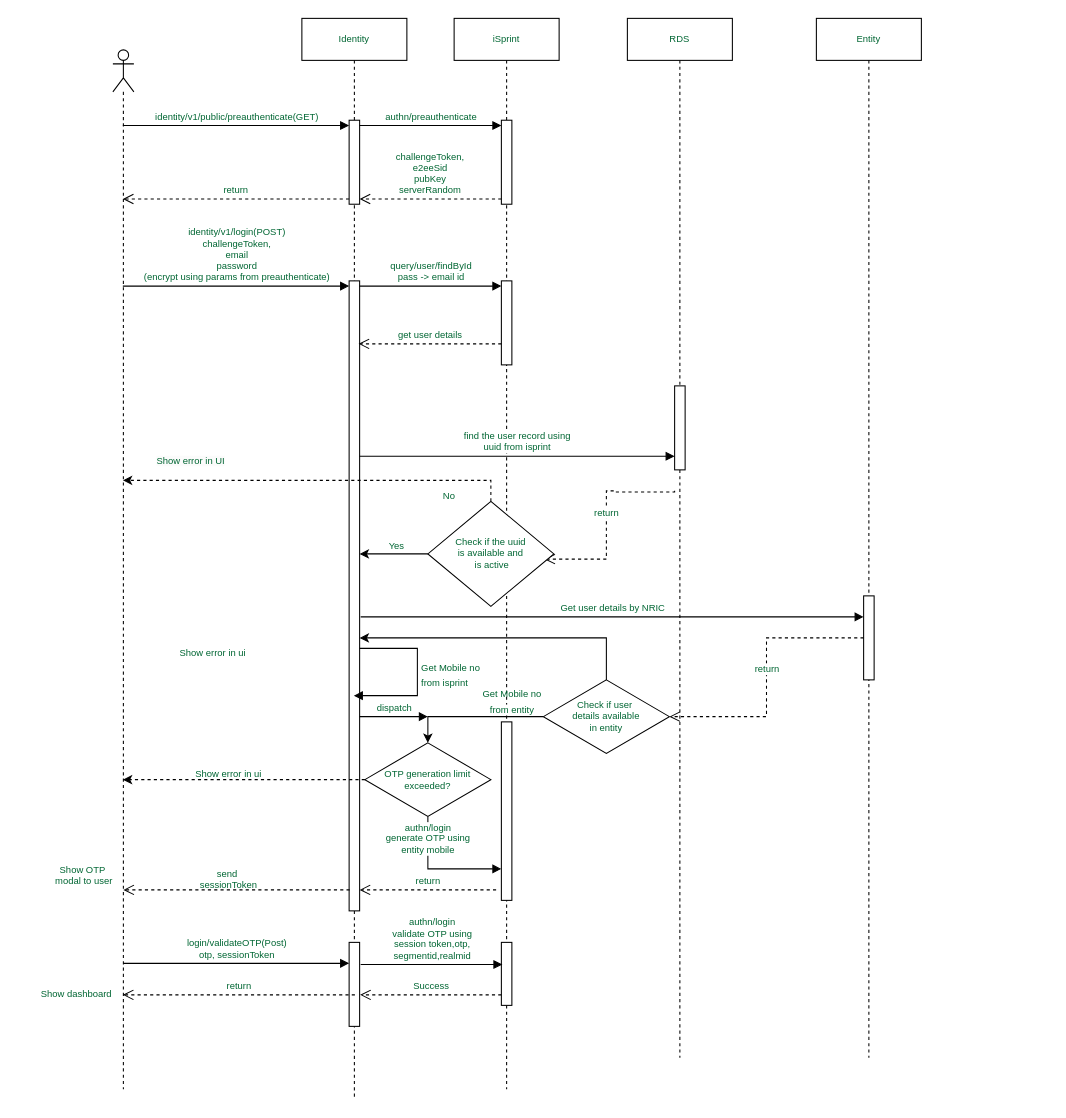
Above: singpass-login-flow.drawio in ajeeshraj56/drawio (draw.io), before the change. Source tidied: cells renumbered, new cells numbered last; positions are measured from the earlier drawing's top-left corner, leaving out a move shared by most shapes. Both pictures are drawn from the tidied source at 105%, with x=0, y=0 at pixel (28, 18).
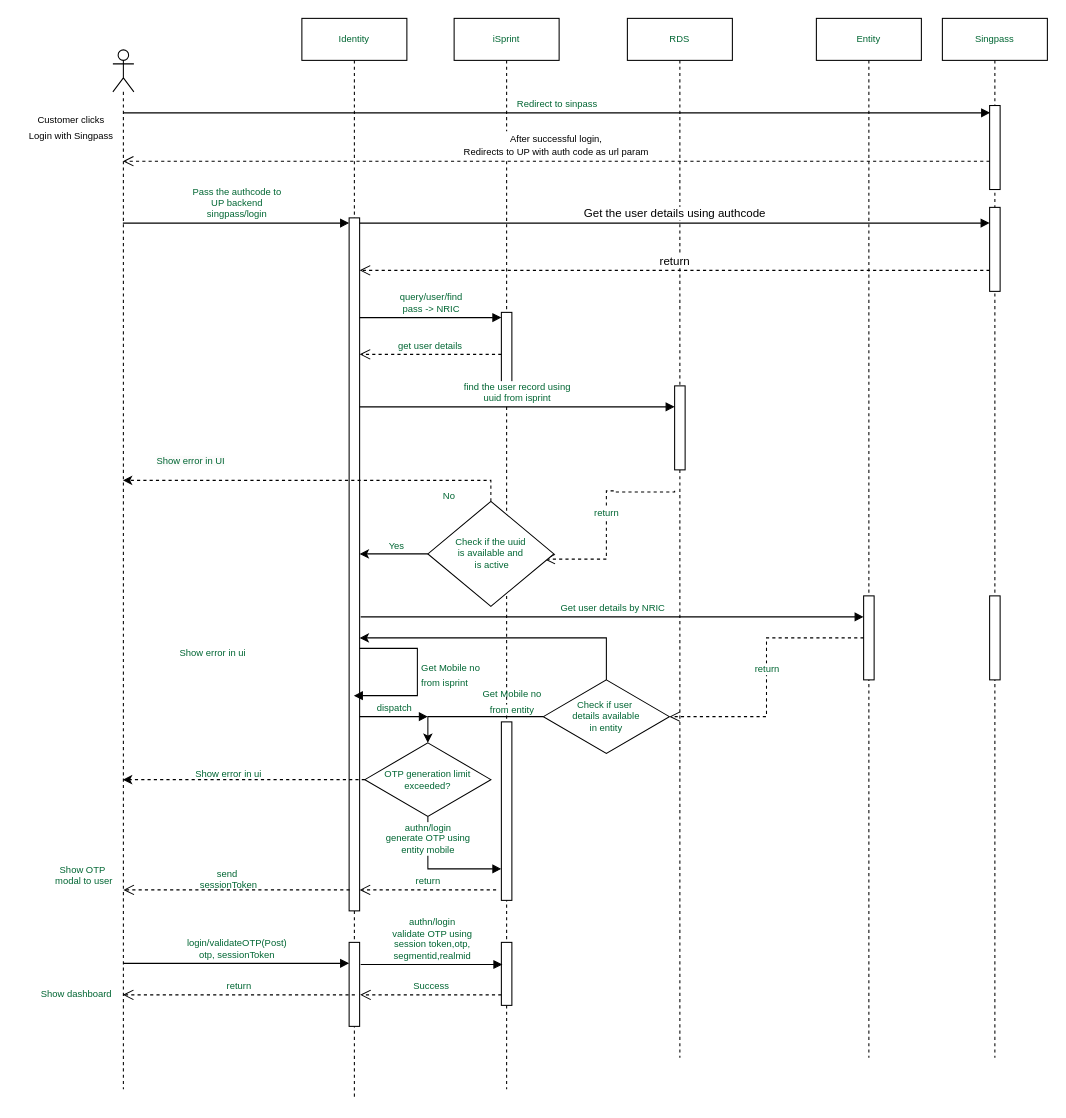
The same diagram, later.

The change refers to these unchanged cells:
```xml
<mxCell id="2" style="shape=umlLifeline;perimeter=lifelinePerimeter;whiteSpace=wrap;html=1;outlineConnect=0;portConstraint=eastwest;newEdgeStyle={&quot;curved&quot;:0,&quot;rounded&quot;:0};participant=umlActor;fontColor=#006633;fontSize=9;" parent="1" vertex="1">
  <mxGeometry x="80" y="30" width="20" height="990" as="geometry" />
</mxCell>
<mxCell id="3" value="Identity" style="shape=umlLifeline;perimeter=lifelinePerimeter;whiteSpace=wrap;html=1;outlineConnect=0;portConstraint=eastwest;newEdgeStyle={&quot;curved&quot;:0,&quot;rounded&quot;:0};fontColor=#006633;fontSize=9;" parent="1" vertex="1">
  <mxGeometry x="260" width="100" height="1030" as="geometry" />
</mxCell>
<mxCell id="8" value="iSprint" style="shape=umlLifeline;perimeter=lifelinePerimeter;whiteSpace=wrap;html=1;newEdgeStyle={&quot;curved&quot;:0,&quot;rounded&quot;:0};fontColor=#006633;fontSize=9;" parent="1" vertex="1">
  <mxGeometry x="405" width="100" height="1020" as="geometry" />
</mxCell>
```

What changed in the source:
```diff
@@
-    <mxCell id="4" style="html=1;points=[[0,0,0,0,5],[0,1,0,0,-5],[1,0,0,0,5],[1,1,0,0,-5]];perimeter=orthogonalPerimeter;outlineConnect=0;targetShapes=umlLifeline;portConstraint=eastwest;newEdgeStyle={&quot;curved&quot;:0,&quot;rounded&quot;:0};fontColor=#006633;fontSize=9;" parent="3" vertex="1">
-      <mxGeometry x="45" y="97" width="10" height="80" as="geometry" />
-    </mxCell>
     <mxCell id="5" style="html=1;points=[[0,0,0,0,5],[0,1,0,0,-5],[1,0,0,0,5],[1,1,0,0,-5]];perimeter=orthogonalPerimeter;outlineConnect=0;targetShapes=umlLifeline;portConstraint=eastwest;newEdgeStyle={&quot;curved&quot;:0,&quot;rounded&quot;:0};fontColor=#006633;fontSize=9;" parent="3" vertex="1">
-      <mxGeometry x="45" y="250" width="10" height="600" as="geometry" />
+      <mxGeometry x="45" y="190" width="10" height="660" as="geometry" />
     </mxCell>
@@
-    <mxCell id="9" style="html=1;points=[[0,0,0,0,5],[0,1,0,0,-5],[1,0,0,0,5],[1,1,0,0,-5]];perimeter=orthogonalPerimeter;outlineConnect=0;targetShapes=umlLifeline;portConstraint=eastwest;newEdgeStyle={&quot;curved&quot;:0,&quot;rounded&quot;:0};fontColor=#006633;fontSize=9;" parent="8" vertex="1">
-      <mxGeometry x="45" y="97" width="10" height="80" as="geometry" />
-    </mxCell>
     <mxCell id="10" style="html=1;points=[[0,0,0,0,5],[0,1,0,0,-5],[1,0,0,0,5],[1,1,0,0,-5]];perimeter=orthogonalPerimeter;outlineConnect=0;targetShapes=umlLifeline;portConstraint=eastwest;newEdgeStyle={&quot;curved&quot;:0,&quot;rounded&quot;:0};fontColor=#006633;fontSize=9;" parent="8" vertex="1">
-      <mxGeometry x="45" y="250" width="10" height="80" as="geometry" />
+      <mxGeometry x="45" y="280" width="10" height="80" as="geometry" />
     </mxCell>
@@
-    <mxCell id="17" value="&lt;font style=&quot;font-size: 9px;&quot;&gt;identity/v1/public/preauthenticate(GET)&lt;/font&gt;" style="html=1;verticalAlign=bottom;endArrow=block;curved=0;rounded=0;entryX=0;entryY=0;entryDx=0;entryDy=5;fontColor=#006633;fontSize=9;" parent="1" edge="1" source="2" target="4">
-      <mxGeometry relative="1" as="geometry" />
+    <mxCell id="17" value="Redirect to sinpass" style="html=1;verticalAlign=bottom;endArrow=block;curved=0;rounded=0;fontColor=#006633;fontSize=9;" parent="1" edge="1">
+      <mxGeometry relative="1" as="geometry">
+        <mxPoint x="90" y="90" as="sourcePoint" />
+        <mxPoint x="915.5" y="90" as="targetPoint" />
+      </mxGeometry>
     </mxCell>
-    <mxCell id="18" value="return" style="html=1;verticalAlign=bottom;endArrow=open;dashed=1;endSize=8;curved=0;rounded=0;exitX=0;exitY=1;exitDx=0;exitDy=-5;fontColor=#006633;fontSize=9;" parent="1" edge="1" source="4" target="2">
-      <mxGeometry relative="1" as="geometry" />
-    </mxCell>
-    <mxCell id="19" value="&lt;font style=&quot;font-size: 9px;&quot;&gt;authn/preauthenticate&lt;/font&gt;" style="html=1;verticalAlign=bottom;endArrow=block;curved=0;rounded=0;entryX=0;entryY=0;entryDx=0;entryDy=5;fontColor=#006633;fontSize=9;" parent="1" edge="1" source="4" target="9">
-      <mxGeometry relative="1" as="geometry" />
-    </mxCell>
-    <mxCell id="20" value="&lt;font style=&quot;font-size: 9px;&quot;&gt;challengeToken,&lt;br style=&quot;font-size: 9px;&quot;&gt;e2eeSid&lt;br style=&quot;font-size: 9px;&quot;&gt;pubKey&lt;br style=&quot;font-size: 9px;&quot;&gt;serverRandom&lt;/font&gt;" style="html=1;verticalAlign=bottom;endArrow=open;dashed=1;endSize=8;curved=0;rounded=0;exitX=0;exitY=1;exitDx=0;exitDy=-5;entryX=1;entryY=1;entryDx=0;entryDy=-5;entryPerimeter=0;fontColor=#006633;fontSize=9;" parent="1" edge="1" source="9" target="4">
-      <mxGeometry relative="1" as="geometry" />
-    </mxCell>
-    <mxCell id="21" value="&lt;font style=&quot;font-size: 9px;&quot;&gt;identity/v1/login(POST)&lt;br style=&quot;font-size: 9px;&quot;&gt;challengeToken,&lt;br style=&quot;font-size: 9px;&quot;&gt;email&lt;br style=&quot;font-size: 9px;&quot;&gt;password &lt;br style=&quot;font-size: 9px;&quot;&gt;(encrypt using params from preauthenticate)&lt;/font&gt;" style="html=1;verticalAlign=bottom;endArrow=block;curved=0;rounded=0;entryX=0;entryY=0;entryDx=0;entryDy=5;fontColor=#006633;fontSize=9;" parent="1" edge="1" source="2" target="5">
+    <mxCell id="21" value="Pass the authcode to &lt;br&gt;UP backend&lt;br&gt;singpass/login" style="html=1;verticalAlign=bottom;endArrow=block;curved=0;rounded=0;entryX=0;entryY=0;entryDx=0;entryDy=5;fontColor=#006633;fontSize=9;" parent="1" edge="1" source="2" target="5">
       <mxGeometry relative="1" as="geometry" />
     </mxCell>
-    <mxCell id="22" value="&lt;font style=&quot;font-size: 9px;&quot;&gt;query/user/findById&lt;br style=&quot;font-size: 9px;&quot;&gt;pass -&amp;gt; email id&lt;br style=&quot;font-size: 9px;&quot;&gt;&lt;/font&gt;" style="html=1;verticalAlign=bottom;endArrow=block;curved=0;rounded=0;exitX=1;exitY=0;exitDx=0;exitDy=5;exitPerimeter=0;entryX=0;entryY=0;entryDx=0;entryDy=5;entryPerimeter=0;fontColor=#006633;fontSize=9;" parent="1" edge="1" source="5" target="10">
+    <mxCell id="22" value="&lt;font style=&quot;&quot;&gt;query/user/find&lt;br&gt;pass -&amp;gt; NRIC&lt;br style=&quot;font-size: 9px;&quot;&gt;&lt;/font&gt;" style="html=1;verticalAlign=bottom;endArrow=block;curved=0;rounded=0;entryX=0;entryY=0;entryDx=0;entryDy=5;entryPerimeter=0;fontColor=#006633;fontSize=9;" parent="1" edge="1" source="5" target="10">
       <mxGeometry relative="1" as="geometry" />
     </mxCell>
-    <mxCell id="23" value="&lt;span style=&quot;font-size: 9px;&quot;&gt;get user details&lt;/span&gt;" style="html=1;verticalAlign=bottom;endArrow=open;dashed=1;endSize=8;curved=0;rounded=0;entryX=1;entryY=1;entryDx=0;entryDy=-5;entryPerimeter=0;fontColor=#006633;fontSize=9;" parent="1" edge="1" source="10">
-      <mxGeometry relative="1" as="geometry">
-        <mxPoint x="314" y="310" as="targetPoint" />
-      </mxGeometry>
+    <mxCell id="23" value="&lt;span style=&quot;font-size: 9px;&quot;&gt;get user details&lt;/span&gt;" style="html=1;verticalAlign=bottom;endArrow=open;dashed=1;endSize=8;curved=0;rounded=0;fontColor=#006633;fontSize=9;" parent="1" edge="1" source="10" target="5">
+      <mxGeometry relative="1" as="geometry" />
     </mxCell>
     <mxCell id="24" value="&lt;font style=&quot;font-size: 9px;&quot;&gt;find the user record using &lt;br style=&quot;font-size: 9px;&quot;&gt;uuid from isprint&lt;br style=&quot;font-size: 9px;&quot;&gt;&lt;/font&gt;" style="html=1;verticalAlign=bottom;endArrow=block;curved=0;rounded=0;fontColor=#006633;fontSize=9;" parent="1" edge="1">
       <mxGeometry relative="1" as="geometry">
-        <mxPoint x="315" y="417" as="sourcePoint" />
-        <mxPoint x="615" y="417" as="targetPoint" />
+        <mxPoint x="315" y="370" as="sourcePoint" />
+        <mxPoint x="615" y="370" as="targetPoint" />
       </mxGeometry>
     </mxCell>
@@
+    <mxCell id="52" value="&lt;font style=&quot;font-size: 9px;&quot;&gt;Customer clicks &lt;br&gt;Login with Singpass&lt;/font&gt;" style="text;html=1;align=center;verticalAlign=middle;strokeColor=none;fillColor=none;" parent="1" vertex="1">
+      <mxGeometry x="-10" y="83" width="100" height="40" as="geometry" />
+    </mxCell>
+    <mxCell id="53" value="Singpass" style="shape=umlLifeline;perimeter=lifelinePerimeter;whiteSpace=wrap;html=1;newEdgeStyle={&quot;curved&quot;:0,&quot;rounded&quot;:0};fontColor=#006633;fontSize=9;" parent="1" vertex="1">
+      <mxGeometry x="870" width="100" height="990" as="geometry" />
+    </mxCell>
+    <mxCell id="54" style="html=1;perimeter=orthogonalPerimeter;targetShapes=umlLifeline;newEdgeStyle={&quot;curved&quot;:0,&quot;rounded&quot;:0};fontColor=#006633;fontSize=9;" parent="53" vertex="1">
+      <mxGeometry x="45" y="550" width="10" height="80" as="geometry" />
+    </mxCell>
+    <mxCell id="55" style="html=1;perimeter=orthogonalPerimeter;targetShapes=umlLifeline;newEdgeStyle={&quot;curved&quot;:0,&quot;rounded&quot;:0};fontColor=#006633;fontSize=9;" parent="53" vertex="1">
+      <mxGeometry x="45" y="83" width="10" height="80" as="geometry" />
+    </mxCell>
+    <mxCell id="56" style="html=1;points=[[0,0,0,0,5],[0,1,0,0,-5],[1,0,0,0,5],[1,1,0,0,-5]];perimeter=orthogonalPerimeter;outlineConnect=0;targetShapes=umlLifeline;portConstraint=eastwest;newEdgeStyle={&quot;curved&quot;:0,&quot;rounded&quot;:0};fontColor=#006633;fontSize=9;" parent="53" vertex="1">
+      <mxGeometry x="45" y="180" width="10" height="80" as="geometry" />
+    </mxCell>
+    <mxCell id="57" value="&lt;font style=&quot;font-size: 9px;&quot;&gt;After successful login,&lt;br&gt;Redirects to UP with auth code as url param&lt;/font&gt;" style="html=1;verticalAlign=bottom;endArrow=open;dashed=1;endSize=8;curved=0;rounded=0;" parent="1" edge="1">
+      <mxGeometry relative="1" as="geometry">
+        <mxPoint x="915" y="136" as="sourcePoint" />
+        <mxPoint x="89.5" y="136" as="targetPoint" />
+      </mxGeometry>
+    </mxCell>
+    <mxCell id="58" value="Get the user details using authcode" style="html=1;verticalAlign=bottom;endArrow=block;curved=0;rounded=0;exitX=1;exitY=0;exitDx=0;exitDy=5;exitPerimeter=0;" parent="1" edge="1" source="5" target="56">
+      <mxGeometry relative="1" as="geometry" />
+    </mxCell>
+    <mxCell id="18" value="return" style="html=1;verticalAlign=bottom;endArrow=open;dashed=1;endSize=8;curved=0;rounded=0;" parent="1" edge="1">
+      <mxGeometry relative="1" as="geometry">
+        <mxPoint x="915" y="240" as="sourcePoint" />
+        <mxPoint x="315" y="240" as="targetPoint" />
+      </mxGeometry>
+    </mxCell>
```
